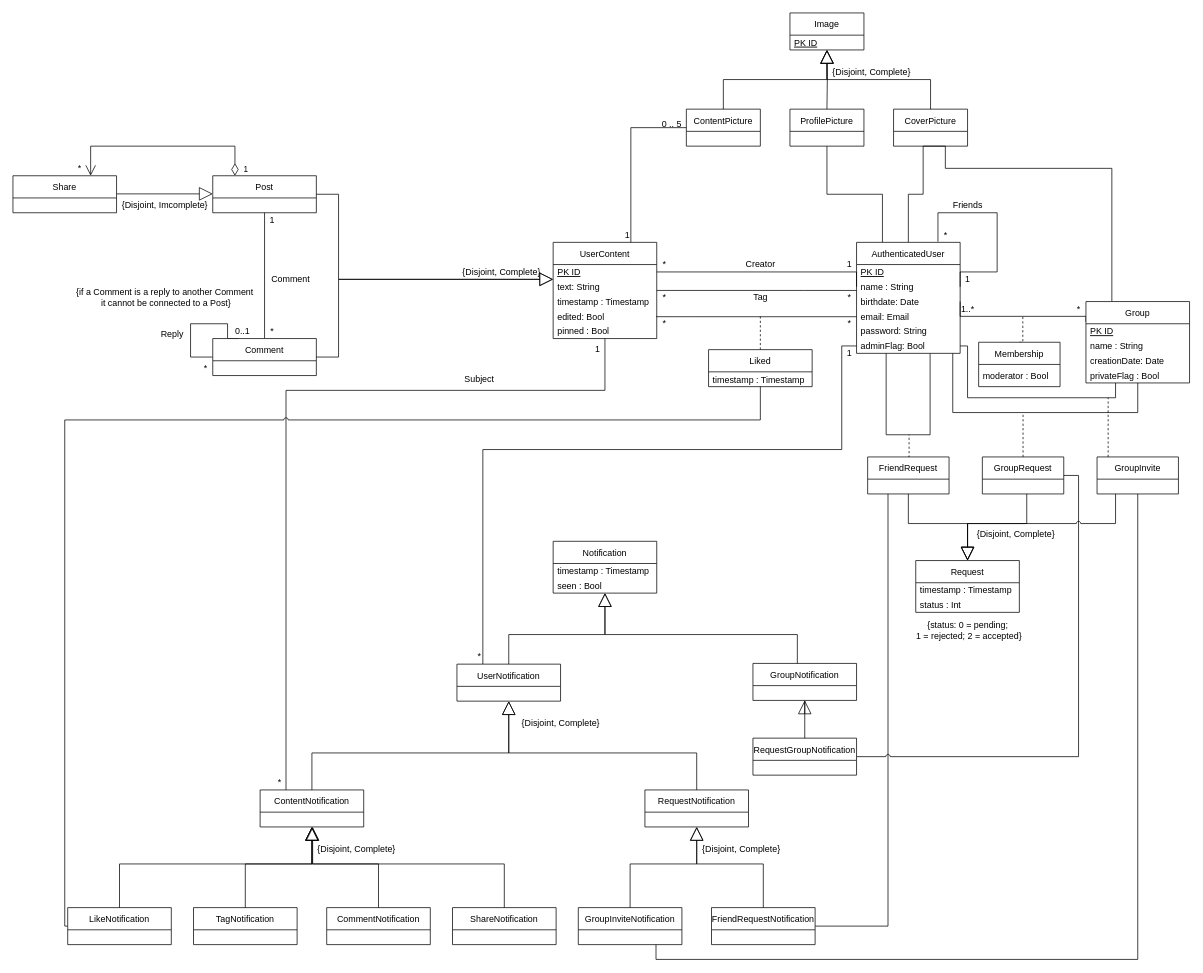
The draw.io diagram Drawio/UML.drawio in DreFlo/lbaw-2122, before the edit. Source tidied: cells renumbered, new cells numbered last; positions are measured from the earlier drawing's top-left corner, leaving out a move shared by most shapes. Both pictures are drawn from the tidied source at 74%, with x=0, y=0 at pixel (13, 13).
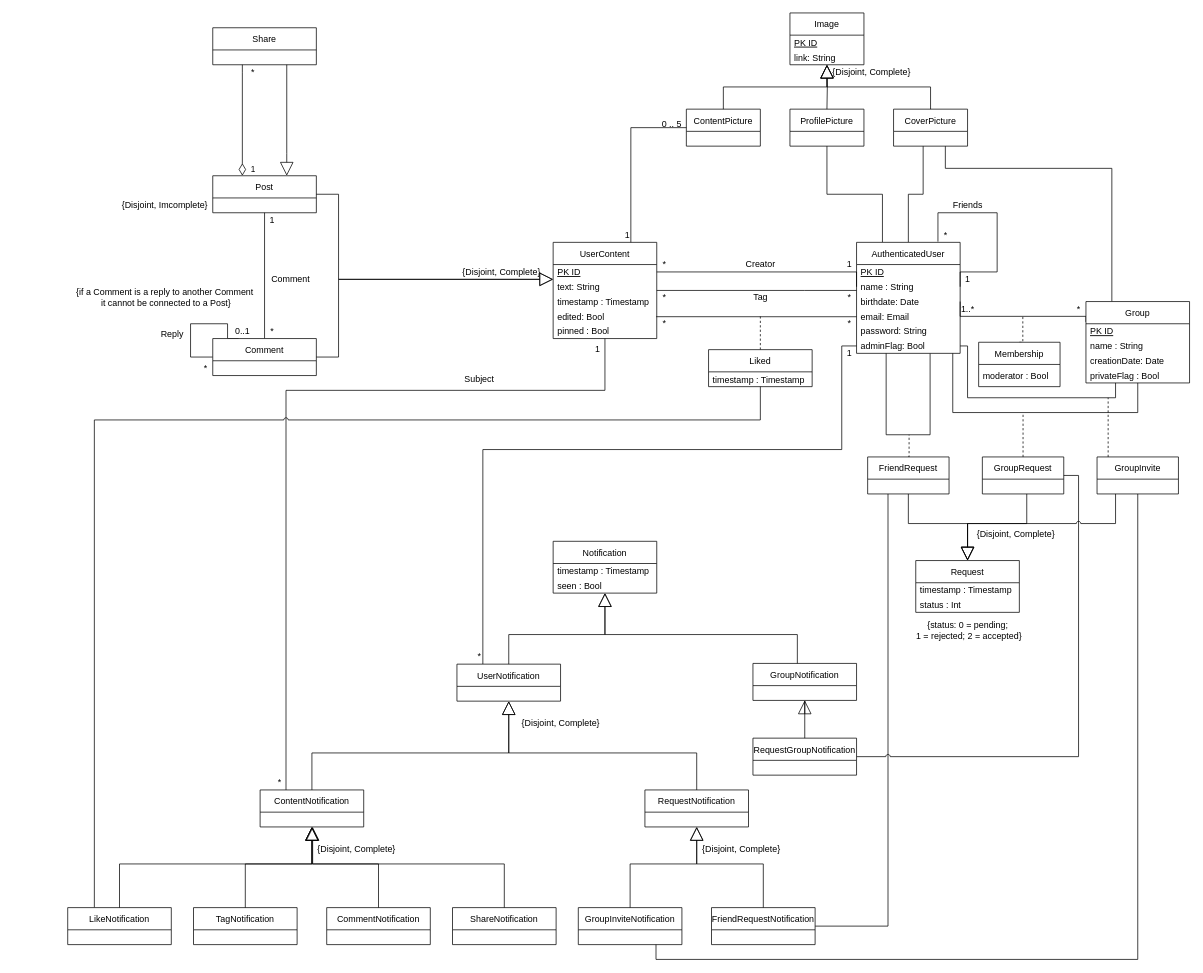
Above is the later version.

The change refers to these unchanged cells:
```xml
<mxCell id="4" value="AuthenticatedUser" style="swimlane;fontStyle=0;horizontal=1;startSize=30;" parent="1" vertex="1">
  <mxGeometry x="1140" y="310" width="140" height="150" as="geometry" />
</mxCell>
<mxCell id="15" value="Group" style="swimlane;fontStyle=0;horizontal=1;startSize=30;" parent="1" vertex="1">
  <mxGeometry x="1450" y="390" width="140" height="110" as="geometry" />
</mxCell>
<mxCell id="28" value="CoverPicture" style="swimlane;fontStyle=0;horizontal=1;startSize=30;fontSize=12;verticalAlign=middle;" parent="1" vertex="1">
  <mxGeometry x="1190" y="130" width="100" height="50" as="geometry" />
</mxCell>
<mxCell id="34" value="Post" style="swimlane;fontStyle=0;horizontal=1;startSize=30;fontSize=12;verticalAlign=middle;" parent="1" vertex="1">
  <mxGeometry x="270" y="220" width="140" height="50" as="geometry" />
</mxCell>
<mxCell id="59" value="Liked" style="swimlane;fontStyle=0;horizontal=1;startSize=30;fontSize=12;verticalAlign=middle;" parent="1" vertex="1">
  <mxGeometry x="940" y="455" width="140" height="50" as="geometry" />
</mxCell>
<mxCell id="102" value="LikeNotification" style="swimlane;fontStyle=0;horizontal=1;startSize=30;fontSize=12;verticalAlign=middle;" parent="1" vertex="1">
  <mxGeometry x="74" y="1209" width="140" height="50" as="geometry" />
</mxCell>
```

Change to the diagram source:
```diff
@@
-    <mxCell id="2" style="edgeStyle=orthogonalEdgeStyle;rounded=0;jettySize=auto;html=1;exitX=0.5;exitY=0;exitDx=0;exitDy=0;entryX=0.5;entryY=1;entryDx=0;entryDy=0;fontSize=12;endArrow=none;endFill=0;" parent="1" edge="1" source="4" target="28">
+    <mxCell id="2" style="edgeStyle=orthogonalEdgeStyle;rounded=0;jettySize=auto;html=1;exitX=0.5;exitY=0;exitDx=0;exitDy=0;fontSize=12;endArrow=none;endFill=0;" parent="1" edge="1" source="4">
       <mxGeometry relative="1" as="geometry">
+        <mxPoint x="1230" y="180" as="targetPoint" />
         <Array as="points">
           <mxPoint x="1210" y="245" />
           <mxPoint x="1230" y="245" />
           <mxPoint x="1230" y="180" />
         </Array>
       </mxGeometry>
     </mxCell>
@@
-    <mxCell id="14" style="edgeStyle=orthogonalEdgeStyle;rounded=0;jettySize=auto;html=1;exitX=0.25;exitY=0;exitDx=0;exitDy=0;entryX=0.5;entryY=1;entryDx=0;entryDy=0;fontSize=12;endArrow=none;endFill=0;" parent="1" edge="1" source="15" target="28">
+    <mxCell id="14" style="edgeStyle=orthogonalEdgeStyle;rounded=0;jettySize=auto;html=1;exitX=0.25;exitY=0;exitDx=0;exitDy=0;fontSize=12;endArrow=none;endFill=0;" parent="1" edge="1" source="15">
       <mxGeometry relative="1" as="geometry">
+        <mxPoint x="1260" y="180" as="targetPoint" />
         <Array as="points">
           <mxPoint x="1485" y="210" />
           <mxPoint x="1260" y="210" />
           <mxPoint x="1260" y="180" />
         </Array>
       </mxGeometry>
     </mxCell>
@@
     <mxCell id="25" value="Image" style="swimlane;fontStyle=0;horizontal=1;startSize=30;fontSize=12;verticalAlign=middle;" parent="1" vertex="1">
-      <mxGeometry x="1050" width="100" height="50" as="geometry" />
+      <mxGeometry x="1050" width="100" height="70" as="geometry" />
     </mxCell>
@@
+    <mxCell id="135" value="link: String" style="text;strokeColor=none;fillColor=none;align=left;verticalAlign=middle;spacingLeft=4;spacingRight=4;overflow=hidden;spacing=2;spacingTop=0;fontStyle=0;" parent="25" vertex="1">
+      <mxGeometry y="50" width="100" height="20" as="geometry" />
+    </mxCell>
@@
-    <mxCell id="35" style="endArrow=block;endSize=16;endFill=0;html=1;rounded=0;fontSize=12;edgeStyle=orthogonalEdgeStyle;" parent="34" edge="1" source="67">
-      <mxGeometry relative="1" as="geometry">
-        <mxPoint y="24.5" as="targetPoint" />
-        <Array as="points">
-          <mxPoint x="-100" y="25" />
-        </Array>
-      </mxGeometry>
-    </mxCell>
@@
     <mxCell id="67" value="Share" style="swimlane;fontStyle=0;horizontal=1;startSize=30;fontSize=12;verticalAlign=middle;" parent="1" vertex="1">
-      <mxGeometry y="220" width="140" height="50" as="geometry" />
+      <mxGeometry x="270" y="20" width="140" height="50" as="geometry" />
     </mxCell>
     <mxCell id="68" value="*" style="text;html=1;align=center;verticalAlign=middle;strokeColor=none;fillColor=none;fontSize=12;" parent="1" vertex="1">
-      <mxGeometry x="80" y="200" width="20" height="20" as="geometry" />
+      <mxGeometry x="314" y="70" width="20" height="20" as="geometry" />
     </mxCell>
@@
-    <mxCell id="99" value="1" style="endArrow=open;html=1;endSize=12;startArrow=diamondThin;startSize=14;startFill=0;edgeStyle=orthogonalEdgeStyle;align=left;verticalAlign=bottom;rounded=0;entryX=0.75;entryY=0;entryDx=0;entryDy=0;" parent="1" edge="1" source="34" target="67">
-      <mxGeometry x="-1" y="-10" relative="1" as="geometry">
-        <Array as="points">
-          <mxPoint x="300" y="180" />
-          <mxPoint x="105" y="180" />
-        </Array>
-      </mxGeometry>
-    </mxCell>
@@
     <mxCell id="101" style="edgeStyle=orthogonalEdgeStyle;rounded=0;jettySize=auto;html=1;endArrow=none;endFill=0;jumpStyle=arc;" parent="1" edge="1" source="102" target="59">
       <mxGeometry relative="1" as="geometry">
         <Array as="points">
-          <mxPoint x="70" y="550" />
+          <mxPoint x="110" y="550" />
           <mxPoint x="1010" y="550" />
         </Array>
       </mxGeometry>
     </mxCell>
@@
+    <mxCell id="99" value="1" style="endArrow=none;html=1;endSize=12;startArrow=diamondThin;startSize=14;startFill=0;edgeStyle=orthogonalEdgeStyle;align=left;verticalAlign=bottom;rounded=0;endFill=0;" parent="1" edge="1" source="34" target="67">
+      <mxGeometry x="-1" y="-10" relative="1" as="geometry">
+        <Array as="points">
+          <mxPoint x="310" y="80" />
+          <mxPoint x="310" y="80" />
+        </Array>
+      </mxGeometry>
+    </mxCell>
+    <mxCell id="35" style="endArrow=block;endSize=16;endFill=0;html=1;rounded=0;fontSize=12;edgeStyle=orthogonalEdgeStyle;" parent="1" edge="1" source="67" target="34">
+      <mxGeometry relative="1" as="geometry">
+        <Array as="points">
+          <mxPoint x="370" y="190" />
+          <mxPoint x="370" y="190" />
+        </Array>
+      </mxGeometry>
+    </mxCell>
```
